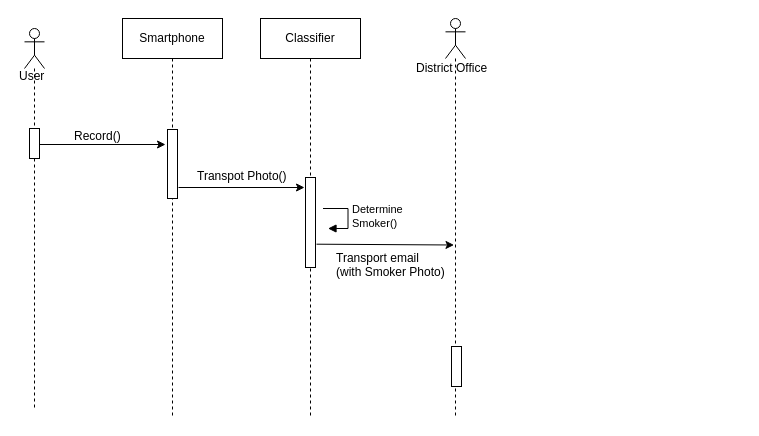
Before: Sequence.drawio in sogongteam14/doc, a draw.io diagram. Source tidied: cells renumbered, new cells numbered last; positions are measured from the earlier drawing's top-left corner, leaving out a move shared by most shapes. Both pictures are drawn from the tidied source at 100%, with x=0, y=0 at pixel (17, 17).
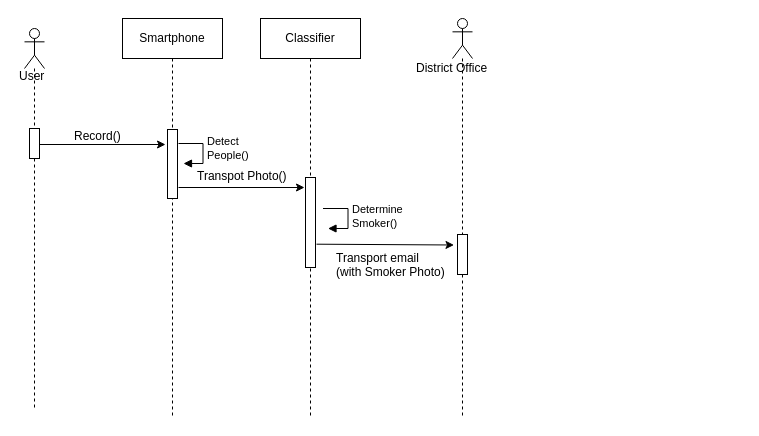
The same page after the edit.

Unchanged cells that the change refers to:
```xml
<mxCell id="2" style="group;" parent="1" vertex="1">
  <mxGeometry width="725" height="401" as="geometry" />
</mxCell>
```

Change to the diagram source:
```diff
@@
     <mxCell id="14" style="shape=umlLifeline;participant=umlActor;perimeter=lifelinePerimeter;whiteSpace=wrap;html=1;verticalAlign=top;spacingTop=36;labelBackgroundColor=#ffffff;" parent="2" vertex="1">
-      <mxGeometry x="428" y="1" width="20" height="400" as="geometry" />
+      <mxGeometry x="435" y="1" width="20" height="400" as="geometry" />
     </mxCell>
     <mxCell id="15" style="html=1;perimeter=orthogonalPerimeter;" parent="2" vertex="1">
-      <mxGeometry x="434" y="329" width="10" height="40" as="geometry" />
+      <mxGeometry x="440" y="217" width="10" height="40" as="geometry" />
     </mxCell>
@@
+    <mxCell id="20" value="Detect&lt;br&gt;People()&lt;br&gt;" style="edgeStyle=orthogonalEdgeStyle;html=1;align=left;spacingLeft=2;endArrow=block;rounded=0;entryX=1;entryY=0;" parent="2" edge="1">
+      <mxGeometry x="-0.23" y="-4" relative="1" as="geometry">
+        <mxPoint x="161" y="126" as="sourcePoint" />
+        <mxPoint x="166" y="146" as="targetPoint" />
+        <Array as="points">
+          <mxPoint x="185.5" y="126" />
+        </Array>
+        <mxPoint x="4" y="4" as="offset" />
+      </mxGeometry>
+    </mxCell>
```
